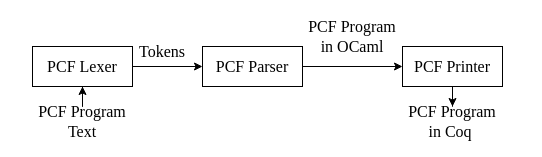
This is tase23/parser.drawio from ABigDoge/MyDiagrams, a draw.io file, before an edit. Source tidied: cells renumbered, new cells numbered last; positions are measured from the earlier drawing's top-left corner, leaving out a move shared by most shapes. Both pictures are drawn from the tidied source at 100%, with x=0, y=0 at pixel (32, 21).
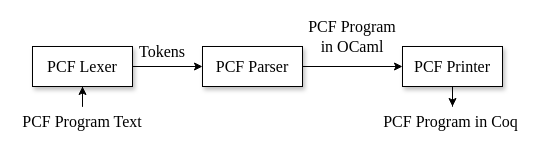
After the change.

The edit, as a diff of the source:
```diff
@@
 <mxGraphModel>
   <root>
     <mxCell id="0" />
     <mxCell id="1" parent="0" />
     <mxCell id="2" style="edgeStyle=orthogonalEdgeStyle;rounded=0;jettySize=auto;html=1;fontFamily=Times New Roman;fontSize=16;" parent="1" edge="1" source="3" target="5">
       <mxGeometry relative="1" as="geometry" />
     </mxCell>
-    <mxCell id="3" value="&lt;font style=&quot;font-size: 16px;&quot; face=&quot;Times New Roman&quot;&gt;PCF Lexer&lt;/font&gt;" style="rounded=0;whiteSpace=wrap;html=1;" parent="1" vertex="1">
+    <mxCell id="3" value="&lt;font style=&quot;font-size: 16px;&quot; face=&quot;Times New Roman&quot;&gt;PCF Lexer&lt;/font&gt;" style="rounded=0;whiteSpace=wrap;html=1;shadow=1;" parent="1" vertex="1">
       <mxGeometry y="25" width="100" height="40" as="geometry" />
     </mxCell>
     <mxCell id="4" style="edgeStyle=orthogonalEdgeStyle;rounded=0;jettySize=auto;html=1;fontFamily=Times New Roman;fontSize=16;" parent="1" edge="1" source="5" target="7">
       <mxGeometry relative="1" as="geometry" />
     </mxCell>
-    <mxCell id="5" value="&lt;font style=&quot;font-size: 16px;&quot; face=&quot;Times New Roman&quot;&gt;PCF Parser&lt;/font&gt;" style="rounded=0;whiteSpace=wrap;html=1;" parent="1" vertex="1">
+    <mxCell id="5" value="&lt;font style=&quot;font-size: 16px;&quot; face=&quot;Times New Roman&quot;&gt;PCF Parser&lt;/font&gt;" style="rounded=0;whiteSpace=wrap;html=1;shadow=1;" parent="1" vertex="1">
       <mxGeometry x="170" y="25" width="100" height="40" as="geometry" />
     </mxCell>
     <mxCell id="6" style="edgeStyle=orthogonalEdgeStyle;rounded=0;jettySize=auto;html=1;fontFamily=Times New Roman;fontSize=16;" parent="1" edge="1" source="7" target="8">
       <mxGeometry relative="1" as="geometry" />
     </mxCell>
-    <mxCell id="7" value="&lt;font style=&quot;font-size: 16px;&quot; face=&quot;Times New Roman&quot;&gt;PCF Printer&lt;/font&gt;" style="rounded=0;whiteSpace=wrap;html=1;" parent="1" vertex="1">
+    <mxCell id="7" value="&lt;font style=&quot;font-size: 16px;&quot; face=&quot;Times New Roman&quot;&gt;PCF Printer&lt;/font&gt;" style="rounded=0;whiteSpace=wrap;html=1;shadow=1;" parent="1" vertex="1">
       <mxGeometry x="370" y="25" width="100" height="40" as="geometry" />
     </mxCell>
     <mxCell id="8" value="PCF Program in&amp;nbsp;Coq&amp;nbsp;" style="text;html=1;strokeColor=none;fillColor=none;align=center;verticalAlign=middle;whiteSpace=wrap;rounded=0;fontSize=16;fontFamily=Times New Roman;" parent="1" vertex="1">
-      <mxGeometry x="375" y="85" width="90" height="30" as="geometry" />
+      <mxGeometry x="347.5" y="85" width="145" height="30" as="geometry" />
     </mxCell>
     <mxCell id="9" style="edgeStyle=orthogonalEdgeStyle;rounded=0;jettySize=auto;html=1;fontFamily=Times New Roman;fontSize=16;" parent="1" edge="1" source="10" target="3">
       <mxGeometry relative="1" as="geometry" />
     </mxCell>
     <mxCell id="10" value="PCF Program Text" style="text;html=1;strokeColor=none;fillColor=none;align=center;verticalAlign=middle;whiteSpace=wrap;rounded=0;fontSize=16;fontFamily=Times New Roman;" parent="1" vertex="1">
-      <mxGeometry y="85" width="100" height="30" as="geometry" />
+      <mxGeometry x="-15" y="85" width="130" height="30" as="geometry" />
     </mxCell>
     <mxCell id="11" value="Tokens" style="text;html=1;strokeColor=none;fillColor=none;align=center;verticalAlign=middle;whiteSpace=wrap;rounded=0;fontSize=16;fontFamily=Times New Roman;" parent="1" vertex="1">
       <mxGeometry x="100" y="15" width="60" height="30" as="geometry" />
     </mxCell>
     <mxCell id="12" value="PCF Program in OCaml" style="text;html=1;strokeColor=none;fillColor=none;align=center;verticalAlign=middle;whiteSpace=wrap;rounded=0;fontSize=16;fontFamily=Times New Roman;" parent="1" vertex="1">
       <mxGeometry x="270" width="100" height="30" as="geometry" />
     </mxCell>
   </root>
 </mxGraphModel>
```
